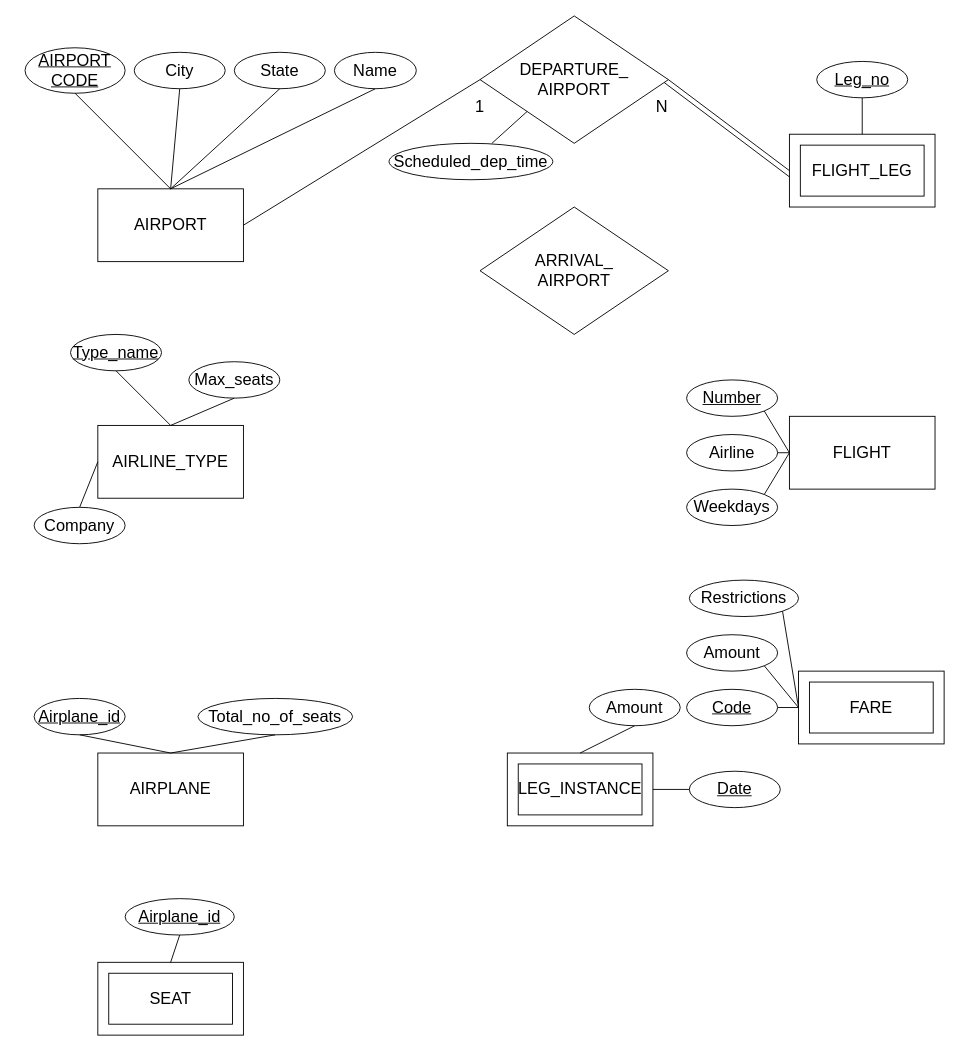
BENHAN94/DB_model keeps this draw.io diagram as Untitled Diagram.drawio. Above is the earlier version. Source tidied: cells renumbered, new cells numbered last; positions are measured from the earlier drawing's top-left corner, leaving out a move shared by most shapes. Both pictures are drawn from the tidied source at 91%, with x=0, y=0 at pixel (25, 15).
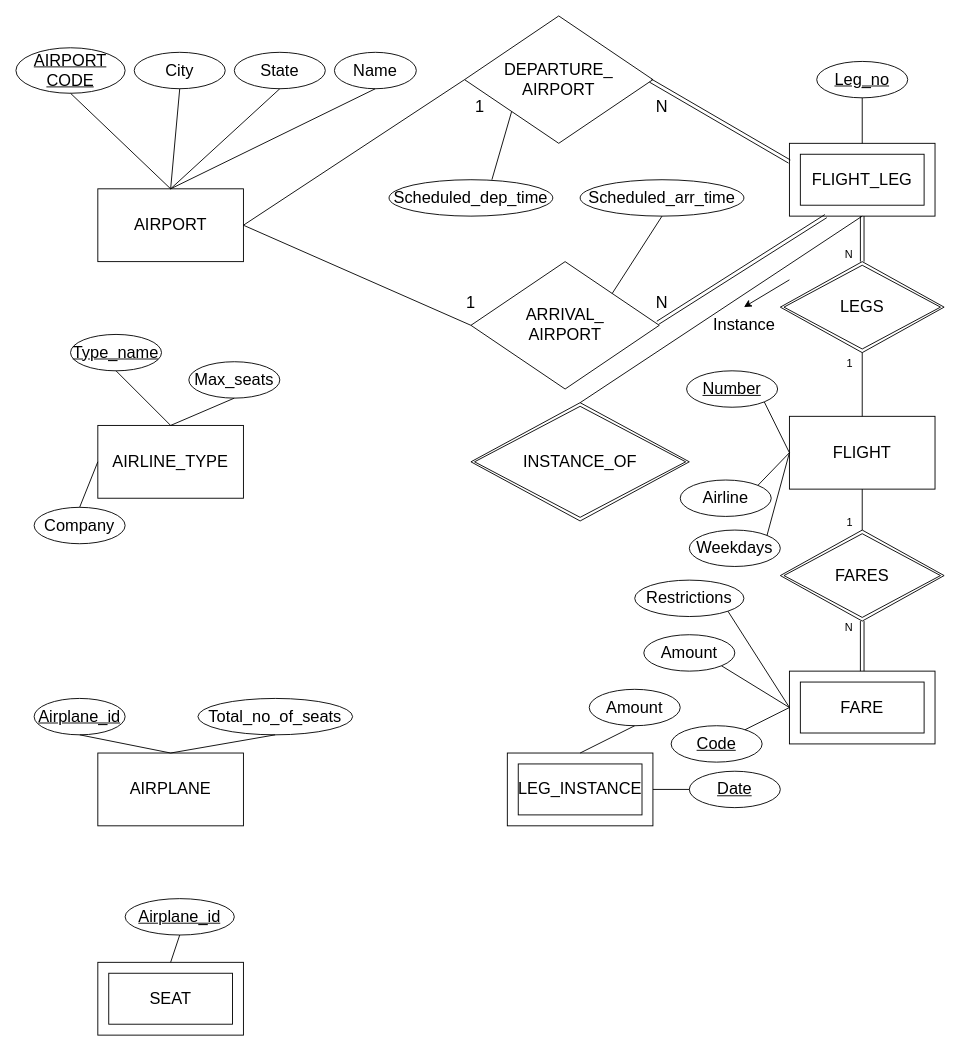
Above is the later version.

Unchanged cells that the change refers to:
```xml
<mxCell id="2" value="AIRPORT" style="rounded=0;whiteSpace=wrap;html=1;perimeterSpacing=0;sketch=0;fontSize=18;" parent="1" vertex="1">
  <mxGeometry x="80" y="190" width="160" height="80" as="geometry" />
</mxCell>
<mxCell id="6" value="FLIGHT" style="rounded=0;whiteSpace=wrap;html=1;perimeterSpacing=0;sketch=0;fontSize=18;" parent="1" vertex="1">
  <mxGeometry x="840" y="440" width="160" height="80" as="geometry" />
</mxCell>
```

Change to the diagram source:
```diff
@@
     <mxCell id="3" value="FLIGHT_LEG" style="shape=ext;double=1;rounded=0;whiteSpace=wrap;html=1;glass=0;sketch=0;gradientColor=none;margin=10;fontSize=18;" parent="1" vertex="1">
-      <mxGeometry x="840" y="130" width="160" height="80" as="geometry" />
+      <mxGeometry x="840" y="140" width="160" height="80" as="geometry" />
     </mxCell>
@@
     <mxCell id="8" value="FARE" style="shape=ext;double=1;rounded=0;whiteSpace=wrap;html=1;glass=0;sketch=0;gradientColor=none;margin=10;fontSize=18;" parent="1" vertex="1">
-      <mxGeometry x="850" y="720" width="160" height="80" as="geometry" />
+      <mxGeometry x="840" y="720" width="160" height="80" as="geometry" />
     </mxCell>
@@
     <mxCell id="10" value="&lt;u style=&quot;font-size: 18px;&quot;&gt;AIRPORT CODE&lt;/u&gt;" style="ellipse;whiteSpace=wrap;html=1;rounded=0;glass=0;sketch=0;gradientColor=none;fontSize=18;" parent="1" vertex="1">
-      <mxGeometry y="35" width="110" height="50" as="geometry" />
+      <mxGeometry x="-10" y="35" width="120" height="50" as="geometry" />
     </mxCell>
@@
     <mxCell id="32" value="&lt;u style=&quot;font-size: 18px;&quot;&gt;&lt;font style=&quot;font-size: 18px;&quot;&gt;Number&lt;/font&gt;&lt;/u&gt;" style="ellipse;whiteSpace=wrap;html=1;rounded=0;glass=0;sketch=0;gradientColor=none;fontSize=18;" parent="1" vertex="1">
-      <mxGeometry x="727" y="400" width="100" height="40" as="geometry" />
+      <mxGeometry x="727" y="390" width="100" height="40" as="geometry" />
     </mxCell>
     <mxCell id="33" value="Airline" style="ellipse;whiteSpace=wrap;html=1;rounded=0;glass=0;sketch=0;gradientColor=none;fontSize=18;" parent="1" vertex="1">
-      <mxGeometry x="727" y="460" width="100" height="40" as="geometry" />
+      <mxGeometry x="720" y="510" width="100" height="40" as="geometry" />
     </mxCell>
     <mxCell id="34" value="Weekdays" style="ellipse;whiteSpace=wrap;html=1;rounded=0;glass=0;sketch=0;gradientColor=none;fontSize=18;" parent="1" vertex="1">
-      <mxGeometry x="727" y="520" width="100" height="40" as="geometry" />
+      <mxGeometry x="730" y="565" width="100" height="40" as="geometry" />
     </mxCell>
     <mxCell id="35" value="&lt;u style=&quot;font-size: 18px;&quot;&gt;Code&lt;/u&gt;" style="ellipse;whiteSpace=wrap;html=1;rounded=0;glass=0;sketch=0;gradientColor=none;fontSize=18;" parent="1" vertex="1">
-      <mxGeometry x="727" y="740" width="100" height="40" as="geometry" />
+      <mxGeometry x="710" y="780" width="100" height="40" as="geometry" />
     </mxCell>
     <mxCell id="36" value="Restrictions" style="ellipse;whiteSpace=wrap;html=1;rounded=0;glass=0;sketch=0;gradientColor=none;fontSize=18;" parent="1" vertex="1">
-      <mxGeometry x="730" y="620" width="120" height="40" as="geometry" />
+      <mxGeometry x="670" y="620" width="120" height="40" as="geometry" />
     </mxCell>
     <mxCell id="37" value="Amount" style="ellipse;whiteSpace=wrap;html=1;rounded=0;glass=0;sketch=0;gradientColor=none;fontSize=18;" parent="1" vertex="1">
-      <mxGeometry x="727" y="680" width="100" height="40" as="geometry" />
+      <mxGeometry x="680" y="680" width="100" height="40" as="geometry" />
     </mxCell>
@@
-    <mxCell id="39" style="endArrow=none;html=1;entryX=1;entryY=0.5;entryDx=0;entryDy=0;fontSize=18;" parent="1" edge="1" target="33">
+    <mxCell id="39" style="endArrow=none;html=1;entryX=1;entryY=0;entryDx=0;entryDy=0;fontSize=18;" parent="1" edge="1" target="33">
       <mxGeometry relative="1" as="geometry">
         <mxPoint x="840" y="480" as="sourcePoint" />
       </mxGeometry>
     </mxCell>
@@
-    <mxCell id="44" style="endArrow=none;html=1;entryX=1;entryY=1;entryDx=0;entryDy=0;fontSize=18;" parent="1" edge="1" target="37">
-      <mxGeometry relative="1" as="geometry">
-        <mxPoint x="850" y="760" as="sourcePoint" />
-      </mxGeometry>
+    <mxCell id="44" style="endArrow=none;html=1;entryX=1;entryY=1;entryDx=0;entryDy=0;fontSize=18;exitX=0;exitY=0.5;exitDx=0;exitDy=0;" parent="1" edge="1" source="8" target="37">
+      <mxGeometry relative="1" as="geometry" />
     </mxCell>
-    <mxCell id="45" style="endArrow=none;html=1;fontSize=18;" parent="1" edge="1" target="35">
-      <mxGeometry relative="1" as="geometry">
-        <mxPoint x="850" y="760" as="sourcePoint" />
-      </mxGeometry>
+    <mxCell id="45" style="endArrow=none;html=1;fontSize=18;exitX=0;exitY=0.5;exitDx=0;exitDy=0;" parent="1" edge="1" source="8" target="35">
+      <mxGeometry relative="1" as="geometry" />
     </mxCell>
@@
     <mxCell id="48" value="&lt;font style=&quot;font-size: 18px&quot;&gt;DEPARTURE_&lt;br style=&quot;font-size: 18px;&quot;&gt;AIRPORT&lt;/font&gt;" style="rhombus;whiteSpace=wrap;html=1;rounded=0;glass=0;sketch=0;gradientColor=none;fontSize=18;" parent="1" vertex="1">
-      <mxGeometry x="500" width="207" height="140" as="geometry" />
+      <mxGeometry x="483" width="207" height="140" as="geometry" />
     </mxCell>
@@
-    <mxCell id="51" style="endArrow=none;html=1;fontSize=18;exitX=1;exitY=0.5;exitDx=0;exitDy=0;entryX=0;entryY=0.5;entryDx=0;entryDy=0;" parent="1" edge="1" source="48" target="3">
-      <mxGeometry relative="1" as="geometry" />
-    </mxCell>
-    <mxCell id="52" style="endArrow=none;html=1;fontSize=18;exitX=0.977;exitY=0.522;exitDx=0;exitDy=0;exitPerimeter=0;entryX=-0.001;entryY=0.584;entryDx=0;entryDy=0;entryPerimeter=0;" parent="1" edge="1" source="48" target="3">
-      <mxGeometry relative="1" as="geometry" />
-    </mxCell>
@@
     <mxCell id="54" value="Scheduled_dep_time" style="ellipse;whiteSpace=wrap;html=1;rounded=0;glass=0;sketch=0;gradientColor=none;fontSize=18;" parent="1" vertex="1">
-      <mxGeometry x="400" y="140" width="180" height="40" as="geometry" />
+      <mxGeometry x="400" y="180" width="180" height="40" as="geometry" />
     </mxCell>
@@
     <mxCell id="56" value="ARRIVAL_&lt;br&gt;AIRPORT" style="rhombus;whiteSpace=wrap;html=1;rounded=0;glass=0;sketch=0;gradientColor=none;fontSize=18;" parent="1" vertex="1">
-      <mxGeometry x="500" y="210" width="207" height="140" as="geometry" />
+      <mxGeometry x="490" y="270" width="207" height="140" as="geometry" />
     </mxCell>
+    <mxCell id="57" style="shape=link;html=1;rounded=0;fontSize=18;entryX=0.986;entryY=0.507;entryDx=0;entryDy=0;entryPerimeter=0;exitX=0;exitY=0.25;exitDx=0;exitDy=0;" parent="1" edge="1" source="3" target="48">
+      <mxGeometry relative="1" as="geometry" />
+    </mxCell>
+    <mxCell id="58" style="shape=link;html=1;rounded=0;fontSize=18;entryX=0.992;entryY=0.48;entryDx=0;entryDy=0;exitX=0.25;exitY=1;exitDx=0;exitDy=0;entryPerimeter=0;" parent="1" edge="1" source="3" target="56">
+      <mxGeometry relative="1" as="geometry" />
+    </mxCell>
+    <mxCell id="59" value="Scheduled_arr_time" style="ellipse;whiteSpace=wrap;html=1;rounded=0;glass=0;sketch=0;gradientColor=none;fontSize=18;" parent="1" vertex="1">
+      <mxGeometry x="610" y="180" width="180" height="40" as="geometry" />
+    </mxCell>
+    <mxCell id="60" style="endArrow=none;html=1;exitX=0.5;exitY=1;exitDx=0;exitDy=0;entryX=1;entryY=0;entryDx=0;entryDy=0;fontSize=18;" parent="1" edge="1" source="59" target="56">
+      <mxGeometry relative="1" as="geometry" />
+    </mxCell>
+    <mxCell id="61" style="endArrow=none;html=1;fontSize=18;entryX=0;entryY=0.5;entryDx=0;entryDy=0;exitX=1;exitY=0.5;exitDx=0;exitDy=0;" parent="1" edge="1" source="2" target="56">
+      <mxGeometry relative="1" as="geometry" />
+    </mxCell>
+    <mxCell id="62" value="INSTANCE_OF" style="shape=rhombus;double=1;perimeter=rhombusPerimeter;whiteSpace=wrap;html=1;align=center;rounded=0;glass=0;sketch=0;gradientColor=none;fontSize=18;" parent="1" vertex="1">
+      <mxGeometry x="490" y="425" width="240" height="130" as="geometry" />
+    </mxCell>
+    <mxCell id="63" style="endArrow=none;html=1;fontSize=18;entryX=0.5;entryY=1;entryDx=0;entryDy=0;exitX=0.5;exitY=0;exitDx=0;exitDy=0;" parent="1" edge="1" source="62" target="3">
+      <mxGeometry relative="1" as="geometry" />
+    </mxCell>
+    <mxCell id="64" style="endArrow=classic;html=1;fontSize=18;" parent="1" edge="1">
+      <mxGeometry relative="1" as="geometry">
+        <mxPoint x="840" y="290" as="sourcePoint" />
+        <mxPoint x="790" y="320" as="targetPoint" />
+      </mxGeometry>
+    </mxCell>
+    <mxCell id="65" value="Instance" style="text;html=1;align=center;verticalAlign=middle;fontSize=18;" parent="1" vertex="1">
+      <mxGeometry x="750" y="325" width="80" height="30" as="geometry" />
+    </mxCell>
+    <mxCell id="66" value="LEGS" style="shape=rhombus;double=1;perimeter=rhombusPerimeter;whiteSpace=wrap;html=1;align=center;rounded=0;glass=0;sketch=0;gradientColor=none;fontSize=18;" parent="1" vertex="1">
+      <mxGeometry x="830" y="270" width="180" height="100" as="geometry" />
+    </mxCell>
+    <mxCell id="67" style="shape=link;html=1;rounded=0;fontSize=18;entryX=0.5;entryY=1;entryDx=0;entryDy=0;exitX=0.5;exitY=0;exitDx=0;exitDy=0;" parent="1" edge="1" source="66" target="3">
+      <mxGeometry relative="1" as="geometry" />
+    </mxCell>
+    <mxCell id="68" value="N" style="html=1;align=right;verticalAlign=bottom;" parent="67" vertex="1">
+      <mxGeometry x="1" relative="1" as="geometry">
+        <mxPoint x="-10" y="50" as="offset" />
+      </mxGeometry>
+    </mxCell>
+    <mxCell id="69" style="endArrow=none;html=1;rounded=0;fontSize=18;entryX=0.5;entryY=1;entryDx=0;entryDy=0;exitX=0.5;exitY=0;exitDx=0;exitDy=0;" parent="1" edge="1" source="6" target="66">
+      <mxGeometry relative="1" as="geometry" />
+    </mxCell>
+    <mxCell id="70" value="1" style="html=1;align=right;verticalAlign=bottom;" parent="69" vertex="1">
+      <mxGeometry x="1" relative="1" as="geometry">
+        <mxPoint x="-10" y="20" as="offset" />
+      </mxGeometry>
+    </mxCell>
+    <mxCell id="71" value="FARES" style="shape=rhombus;double=1;perimeter=rhombusPerimeter;whiteSpace=wrap;html=1;align=center;rounded=0;glass=0;sketch=0;gradientColor=none;fontSize=18;" parent="1" vertex="1">
+      <mxGeometry x="830" y="565" width="180" height="100" as="geometry" />
+    </mxCell>
+    <mxCell id="72" value="1" style="text;html=1;strokeColor=none;fillColor=none;align=center;verticalAlign=middle;whiteSpace=wrap;rounded=0;glass=0;sketch=0;fontSize=18;" parent="1" vertex="1">
+      <mxGeometry x="470" y="305" width="40" height="20" as="geometry" />
+    </mxCell>
+    <mxCell id="73" value="N" style="text;html=1;strokeColor=none;fillColor=none;align=center;verticalAlign=middle;whiteSpace=wrap;rounded=0;glass=0;sketch=0;fontSize=18;" parent="1" vertex="1">
+      <mxGeometry x="680" y="305" width="40" height="20" as="geometry" />
+    </mxCell>
+    <mxCell id="74" style="endArrow=none;html=1;rounded=0;fontSize=18;entryX=0.5;entryY=1;entryDx=0;entryDy=0;exitX=0.5;exitY=0;exitDx=0;exitDy=0;" parent="1" edge="1" source="71" target="6">
+      <mxGeometry relative="1" as="geometry" />
+    </mxCell>
+    <mxCell id="75" value="1" style="html=1;align=right;verticalAlign=bottom;" parent="74" vertex="1">
+      <mxGeometry x="1" relative="1" as="geometry">
+        <mxPoint x="-10" y="44.7" as="offset" />
+      </mxGeometry>
+    </mxCell>
+    <mxCell id="76" style="shape=link;html=1;rounded=0;fontSize=18;entryX=0.5;entryY=0;entryDx=0;entryDy=0;exitX=0.5;exitY=1;exitDx=0;exitDy=0;" parent="1" edge="1" source="71" target="8">
+      <mxGeometry relative="1" as="geometry" />
+    </mxCell>
+    <mxCell id="77" value="N" style="html=1;align=right;verticalAlign=bottom;" parent="76" vertex="1">
+      <mxGeometry x="1" relative="1" as="geometry">
+        <mxPoint x="-10" y="-40" as="offset" />
+      </mxGeometry>
+    </mxCell>
```
